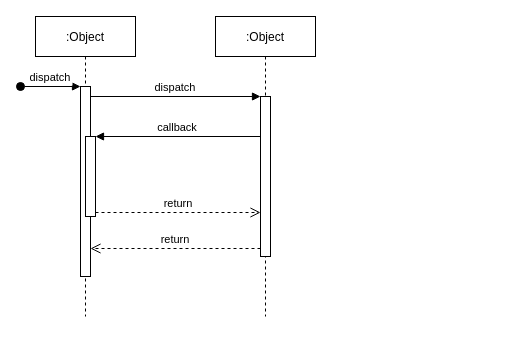
empty-works/plain-emrs-no-fw keeps this draw.io diagram as diagrams/AddUserSequence.drawio. Above is the earlier version. Source tidied: cells renumbered, new cells numbered last; positions are measured from the earlier drawing's top-left corner, leaving out a move shared by most shapes. Both pictures are drawn from the tidied source at 100%, with x=0, y=0 at pixel (20, 16).
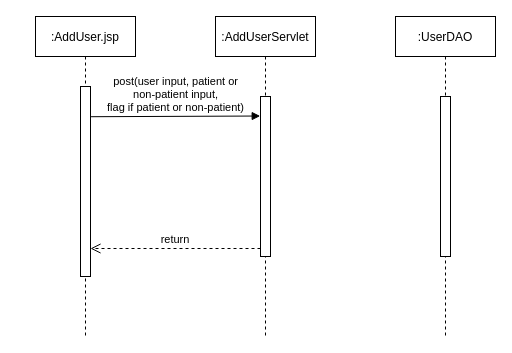
After the change.

Commit message:
Update AddUserSequence.drawio. User inputs from AddUser.jsp to the AddUserServlet. A flag also sent if user a patient or not.

The edit, as a diff of the source:
```diff
@@
 <mxGraphModel>
   <root>
     <mxCell id="0" />
     <mxCell id="1" parent="0" />
-    <mxCell id="2" value=":Object" style="shape=umlLifeline;perimeter=lifelinePerimeter;rounded=0;shadow=0;strokeWidth=1;" parent="1" vertex="1">
-      <mxGeometry x="15" width="100" height="300" as="geometry" />
+    <mxCell id="2" value=":AddUser.jsp" style="shape=umlLifeline;perimeter=lifelinePerimeter;rounded=0;shadow=0;strokeWidth=1;" parent="1" vertex="1">
+      <mxGeometry x="15" width="100" height="320" as="geometry" />
     </mxCell>
     <mxCell id="3" style="points=[];perimeter=orthogonalPerimeter;rounded=0;shadow=0;strokeWidth=1;" parent="2" vertex="1">
       <mxGeometry x="45" y="70" width="10" height="190" as="geometry" />
     </mxCell>
-    <mxCell id="4" value="dispatch" style="verticalAlign=bottom;startArrow=oval;endArrow=block;startSize=8;shadow=0;strokeWidth=1;" parent="2" edge="1" target="3">
-      <mxGeometry relative="1" as="geometry">
-        <mxPoint x="-15" y="70" as="sourcePoint" />
-      </mxGeometry>
-    </mxCell>
-    <mxCell id="5" style="points=[];perimeter=orthogonalPerimeter;rounded=0;shadow=0;strokeWidth=1;" parent="2" vertex="1">
-      <mxGeometry x="50" y="120" width="10" height="80" as="geometry" />
-    </mxCell>
-    <mxCell id="6" value=":Object" style="shape=umlLifeline;perimeter=lifelinePerimeter;rounded=0;shadow=0;strokeWidth=1;" parent="1" vertex="1">
-      <mxGeometry x="195" width="100" height="300" as="geometry" />
+    <mxCell id="6" value=":AddUserServlet" style="shape=umlLifeline;perimeter=lifelinePerimeter;rounded=0;shadow=0;strokeWidth=1;" parent="1" vertex="1">
+      <mxGeometry x="195" width="100" height="320" as="geometry" />
     </mxCell>
     <mxCell id="7" style="points=[];perimeter=orthogonalPerimeter;rounded=0;shadow=0;strokeWidth=1;" parent="6" vertex="1">
       <mxGeometry x="45" y="80" width="10" height="160" as="geometry" />
     </mxCell>
     <mxCell id="8" value="return" style="verticalAlign=bottom;endArrow=open;dashed=1;endSize=8;exitX=0;exitY=0.95;shadow=0;strokeWidth=1;" parent="1" edge="1" source="7" target="3">
       <mxGeometry relative="1" as="geometry" />
     </mxCell>
-    <mxCell id="9" value="dispatch" style="verticalAlign=bottom;endArrow=block;entryX=0;entryY=0;shadow=0;strokeWidth=1;" parent="1" edge="1" source="3" target="7">
+    <mxCell id="9" value="post(user input, patient or &#10;non-patient input, &#10;flag if patient or non-patient)" style="verticalAlign=bottom;endArrow=block;entryX=-0.029;entryY=0.122;shadow=0;strokeWidth=1;exitX=1.057;exitY=0.159;exitDx=0;exitDy=0;exitPerimeter=0;entryDx=0;entryDy=0;entryPerimeter=0;" parent="1" edge="1" source="3" target="7">
       <mxGeometry relative="1" as="geometry" />
     </mxCell>
-    <mxCell id="10" value="callback" style="verticalAlign=bottom;endArrow=block;entryX=1;entryY=0;shadow=0;strokeWidth=1;" parent="1" edge="1" source="7" target="5">
-      <mxGeometry relative="1" as="geometry" />
-    </mxCell>
-    <mxCell id="11" value="return" style="verticalAlign=bottom;endArrow=open;dashed=1;endSize=8;exitX=1;exitY=0.95;shadow=0;strokeWidth=1;" parent="1" edge="1" source="5" target="7">
-      <mxGeometry relative="1" as="geometry" />
-    </mxCell>
+    <mxCell id="12" value=":UserDAO" style="shape=umlLifeline;perimeter=lifelinePerimeter;rounded=0;shadow=0;strokeWidth=1;" parent="1" vertex="1">
+      <mxGeometry x="375" width="100" height="320" as="geometry" />
+    </mxCell>
+    <mxCell id="13" style="perimeter=orthogonalPerimeter;rounded=0;shadow=0;strokeWidth=1;" parent="12" vertex="1">
+      <mxGeometry x="45" y="80" width="10" height="160" as="geometry" />
+    </mxCell>
   </root>
 </mxGraphModel>
```
